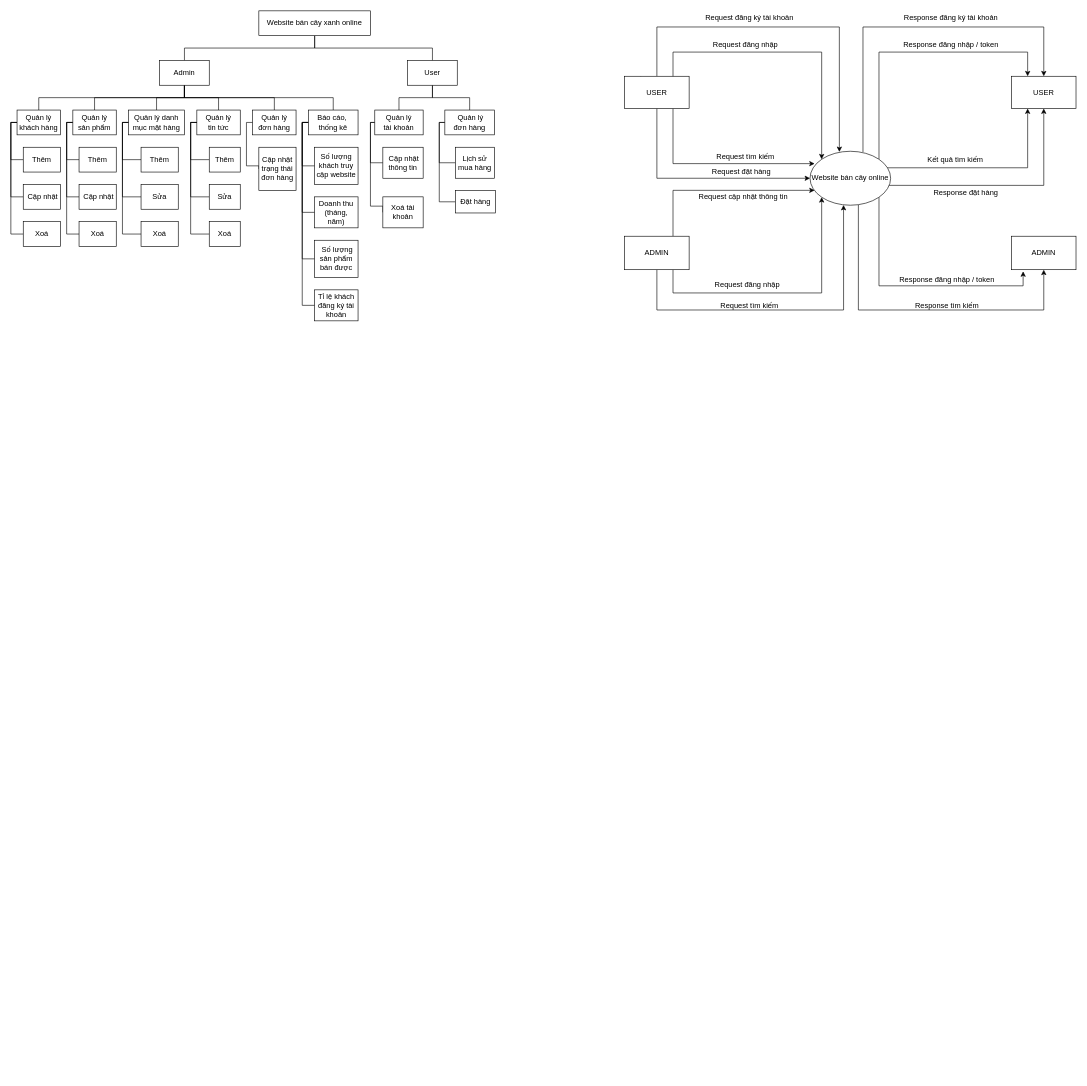
This is Untitled Diagram.drawio from lmtNoLimit/plants-store-laravel, a draw.io file, before an edit. Source tidied: cells renumbered, new cells numbered last; positions are measured from the earlier drawing's top-left corner, leaving out a move shared by most shapes. Both pictures are drawn from the tidied source at 62%, with x=0, y=0 at pixel (11, 11).
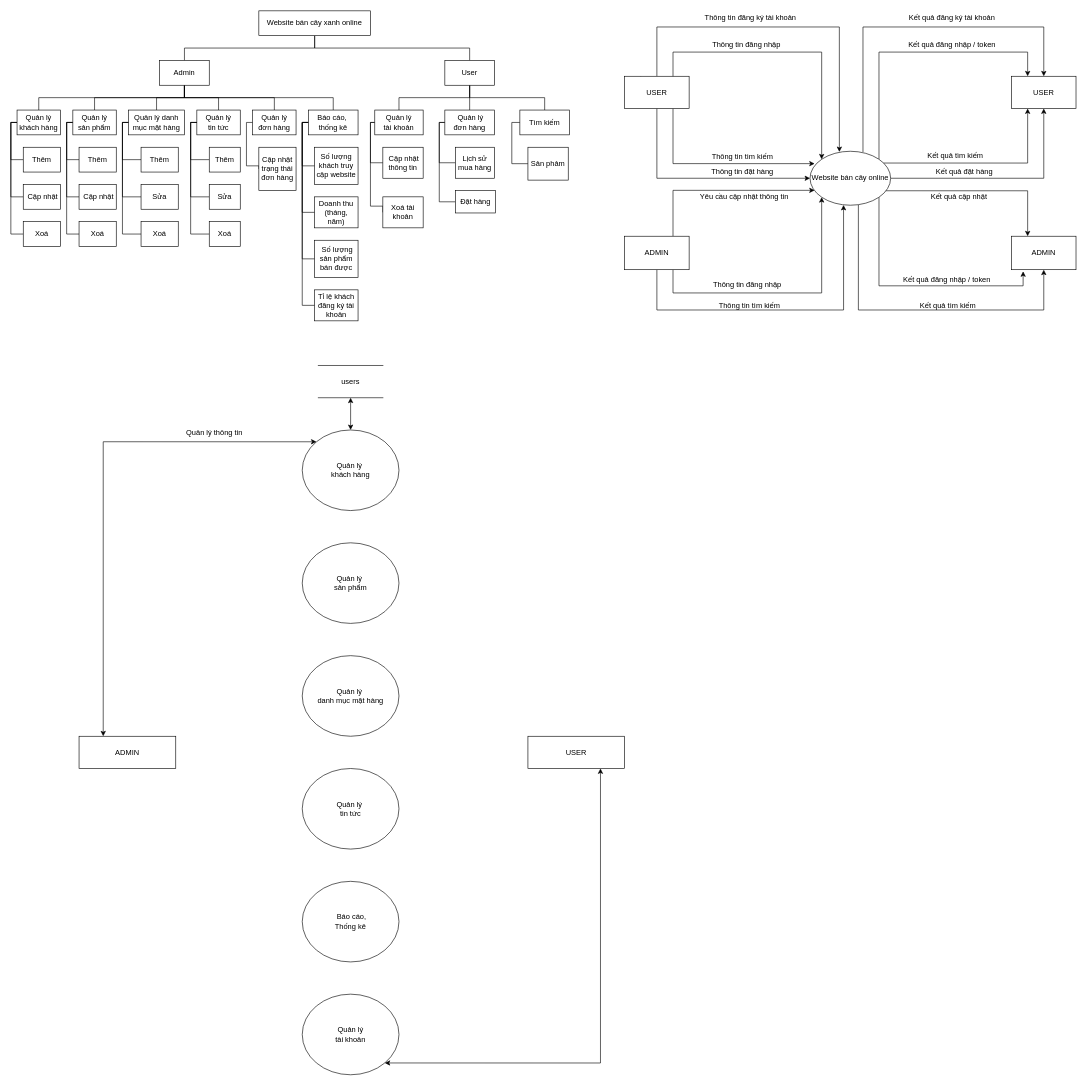
After the change.

Unchanged cells that the change refers to:
```xml
<mxCell id="71" value="Website bán cây online" style="ellipse;whiteSpace=wrap;html=1;" parent="1" vertex="1">
  <mxGeometry x="1289" y="226.5" width="130" height="87" as="geometry" />
</mxCell>
<mxCell id="82" value="ADMIN" style="rounded=0;whiteSpace=wrap;html=1;" parent="1" vertex="1">
  <mxGeometry x="1614" y="363.5" width="104" height="54" as="geometry" />
</mxCell>
<mxCell id="84" value="USER" style="rounded=0;whiteSpace=wrap;html=1;" parent="1" vertex="1">
  <mxGeometry x="1614" y="105.5" width="104" height="52" as="geometry" />
</mxCell>
```

The edit, as a diff of the source:
```diff
@@
+    <mxCell id="97" style="edgeStyle=orthogonalEdgeStyle;rounded=0;jettySize=auto;html=1;exitX=0.5;exitY=1;exitDx=0;exitDy=0;entryX=0.5;entryY=0;entryDx=0;entryDy=0;endArrow=none;endFill=0;" parent="1" edge="1" source="14" target="101">
+      <mxGeometry relative="1" as="geometry" />
+    </mxCell>
     <mxCell id="14" value="User" style="rounded=0;whiteSpace=wrap;html=1;" parent="1" vertex="1">
-      <mxGeometry x="640" y="80" width="80" height="40" as="geometry" />
+      <mxGeometry x="700" y="80" width="80" height="40" as="geometry" />
     </mxCell>
@@
-    <mxCell id="69" style="edgeStyle=orthogonalEdgeStyle;rounded=0;jettySize=auto;html=1;exitX=0.957;exitY=0.306;exitDx=0;exitDy=0;entryX=0.25;entryY=1;entryDx=0;entryDy=0;exitPerimeter=0;" parent="1" edge="1" source="71" target="84">
+    <mxCell id="69" style="edgeStyle=orthogonalEdgeStyle;rounded=0;jettySize=auto;html=1;exitX=0.912;exitY=0.218;exitDx=0;exitDy=0;entryX=0.25;entryY=1;entryDx=0;entryDy=0;exitPerimeter=0;" parent="1" edge="1" source="71" target="84">
       <mxGeometry relative="1" as="geometry" />
     </mxCell>
-    <mxCell id="70" style="edgeStyle=orthogonalEdgeStyle;rounded=0;jettySize=auto;html=1;exitX=0.973;exitY=0.632;exitDx=0;exitDy=0;entryX=0.5;entryY=1;entryDx=0;entryDy=0;exitPerimeter=0;" parent="1" edge="1" source="71" target="84">
+    <mxCell id="70" style="edgeStyle=orthogonalEdgeStyle;rounded=0;jettySize=auto;html=1;entryX=0.5;entryY=1;entryDx=0;entryDy=0;" parent="1" edge="1" source="71" target="84">
       <mxGeometry relative="1" as="geometry" />
     </mxCell>
+    <mxCell id="98" style="edgeStyle=orthogonalEdgeStyle;rounded=0;jettySize=auto;html=1;exitX=0.935;exitY=0.732;exitDx=0;exitDy=0;entryX=0.25;entryY=0;entryDx=0;entryDy=0;exitPerimeter=0;" parent="1" edge="1" source="71" target="82">
+      <mxGeometry relative="1" as="geometry" />
+    </mxCell>
@@
-    <mxCell id="81" value="Request đăng nhập&lt;br&gt;" style="text;html=1;strokeColor=none;fillColor=none;align=center;verticalAlign=middle;whiteSpace=wrap;rounded=0;" parent="1" vertex="1">
+    <mxCell id="81" value="&amp;nbsp;Thông tin đăng nhập" style="text;html=1;strokeColor=none;fillColor=none;align=center;verticalAlign=middle;whiteSpace=wrap;rounded=0;" parent="1" vertex="1">
       <mxGeometry x="1120" y="44.5" width="130" height="20" as="geometry" />
     </mxCell>
@@
-    <mxCell id="85" value="Response đăng nhập / token" style="text;html=1;strokeColor=none;fillColor=none;align=center;verticalAlign=middle;whiteSpace=wrap;rounded=0;" parent="1" vertex="1">
+    <mxCell id="85" value="&amp;nbsp;Kết quả đăng nhập / token" style="text;html=1;strokeColor=none;fillColor=none;align=center;verticalAlign=middle;whiteSpace=wrap;rounded=0;" parent="1" vertex="1">
       <mxGeometry x="1419" y="44.5" width="195" height="20" as="geometry" />
     </mxCell>
-    <mxCell id="86" value="Request tìm kiếm" style="text;html=1;strokeColor=none;fillColor=none;align=center;verticalAlign=middle;whiteSpace=wrap;rounded=0;" parent="1" vertex="1">
-      <mxGeometry x="1133" y="224.5" width="104" height="20" as="geometry" />
+    <mxCell id="86" value="&amp;nbsp;Thông tin tìm kiếm" style="text;html=1;strokeColor=none;fillColor=none;align=center;verticalAlign=middle;whiteSpace=wrap;rounded=0;" parent="1" vertex="1">
+      <mxGeometry x="1120" y="224.5" width="117" height="20" as="geometry" />
     </mxCell>
-    <mxCell id="87" value="Request đăng ký tài khoản" style="text;html=1;strokeColor=none;fillColor=none;align=center;verticalAlign=middle;whiteSpace=wrap;rounded=0;" parent="1" vertex="1">
+    <mxCell id="87" value="&amp;nbsp;Thông tin đăng ký tài khoản" style="text;html=1;strokeColor=none;fillColor=none;align=center;verticalAlign=middle;whiteSpace=wrap;rounded=0;" parent="1" vertex="1">
       <mxGeometry x="1107" y="2" width="169" height="20" as="geometry" />
     </mxCell>
-    <mxCell id="88" value="Request cập nhật thông tin" style="text;html=1;strokeColor=none;fillColor=none;align=center;verticalAlign=middle;whiteSpace=wrap;rounded=0;" parent="1" vertex="1">
+    <mxCell id="88" value="&amp;nbsp;Yêu cầu cập nhật thông tin" style="text;html=1;strokeColor=none;fillColor=none;align=center;verticalAlign=middle;whiteSpace=wrap;rounded=0;" parent="1" vertex="1">
       <mxGeometry x="1097" y="290" width="169" height="20" as="geometry" />
     </mxCell>
-    <mxCell id="89" value="Request đăng nhập&lt;br&gt;" style="text;html=1;strokeColor=none;fillColor=none;align=center;verticalAlign=middle;whiteSpace=wrap;rounded=0;" parent="1" vertex="1">
+    <mxCell id="89" value="Thông tin đăng nhập" style="text;html=1;strokeColor=none;fillColor=none;align=center;verticalAlign=middle;whiteSpace=wrap;rounded=0;" parent="1" vertex="1">
       <mxGeometry x="1122.5" y="432" width="130" height="20" as="geometry" />
     </mxCell>
-    <mxCell id="90" value="Request tìm kiếm" style="text;html=1;strokeColor=none;fillColor=none;align=center;verticalAlign=middle;whiteSpace=wrap;rounded=0;" parent="1" vertex="1">
+    <mxCell id="90" value="Thông tin tìm kiếm" style="text;html=1;strokeColor=none;fillColor=none;align=center;verticalAlign=middle;whiteSpace=wrap;rounded=0;" parent="1" vertex="1">
       <mxGeometry x="1120" y="465" width="143" height="20" as="geometry" />
     </mxCell>
-    <mxCell id="91" value="Response tìm kiếm" style="text;html=1;strokeColor=none;fillColor=none;align=center;verticalAlign=middle;whiteSpace=wrap;rounded=0;" parent="1" vertex="1">
+    <mxCell id="91" value="&amp;nbsp;Kết quả tìm kiếm" style="text;html=1;strokeColor=none;fillColor=none;align=center;verticalAlign=middle;whiteSpace=wrap;rounded=0;" parent="1" vertex="1">
       <mxGeometry x="1419" y="465" width="182" height="20" as="geometry" />
     </mxCell>
-    <mxCell id="92" value="Response đăng nhập / token" style="text;html=1;strokeColor=none;fillColor=none;align=center;verticalAlign=middle;whiteSpace=wrap;rounded=0;" parent="1" vertex="1">
+    <mxCell id="92" value="Kết quả đăng nhập / token" style="text;html=1;strokeColor=none;fillColor=none;align=center;verticalAlign=middle;whiteSpace=wrap;rounded=0;" parent="1" vertex="1">
       <mxGeometry x="1419" y="423.5" width="182" height="20" as="geometry" />
     </mxCell>
-    <mxCell id="93" value="Response đăng ký tài khoản" style="text;html=1;strokeColor=none;fillColor=none;align=center;verticalAlign=middle;whiteSpace=wrap;rounded=0;" parent="1" vertex="1">
+    <mxCell id="93" value="&amp;nbsp;Kết quả đăng ký tài khoản" style="text;html=1;strokeColor=none;fillColor=none;align=center;verticalAlign=middle;whiteSpace=wrap;rounded=0;" parent="1" vertex="1">
       <mxGeometry x="1432" y="2" width="169" height="20" as="geometry" />
     </mxCell>
     <mxCell id="94" value="Kết quả tìm kiếm" style="text;html=1;strokeColor=none;fillColor=none;align=center;verticalAlign=middle;whiteSpace=wrap;rounded=0;" parent="1" vertex="1">
-      <mxGeometry x="1438.5" y="230" width="169" height="20" as="geometry" />
+      <mxGeometry x="1438.5" y="224" width="169" height="20" as="geometry" />
     </mxCell>
-    <mxCell id="95" value="Response đặt hàng" style="text;html=1;strokeColor=none;fillColor=none;align=center;verticalAlign=middle;whiteSpace=wrap;rounded=0;" parent="1" vertex="1">
-      <mxGeometry x="1443" y="283" width="195" height="20" as="geometry" />
+    <mxCell id="95" value="&amp;nbsp;Kết quả đặt hàng" style="text;html=1;strokeColor=none;fillColor=none;align=center;verticalAlign=middle;whiteSpace=wrap;rounded=0;" parent="1" vertex="1">
+      <mxGeometry x="1438.5" y="250" width="195" height="20" as="geometry" />
     </mxCell>
-    <mxCell id="96" value="Request đặt hàng" style="text;html=1;strokeColor=none;fillColor=none;align=center;verticalAlign=middle;whiteSpace=wrap;rounded=0;" parent="1" vertex="1">
+    <mxCell id="96" value="&amp;nbsp;Thông tin đặt hàng" style="text;html=1;strokeColor=none;fillColor=none;align=center;verticalAlign=middle;whiteSpace=wrap;rounded=0;" parent="1" vertex="1">
       <mxGeometry x="1120" y="250" width="117" height="20" as="geometry" />
     </mxCell>
+    <mxCell id="99" value="Kết quả cập nhật" style="text;html=1;strokeColor=none;fillColor=none;align=center;verticalAlign=middle;whiteSpace=wrap;rounded=0;" parent="1" vertex="1">
+      <mxGeometry x="1458" y="290" width="143" height="20" as="geometry" />
+    </mxCell>
+    <mxCell id="100" style="edgeStyle=orthogonalEdgeStyle;rounded=0;jettySize=auto;html=1;exitX=0;exitY=0.5;exitDx=0;exitDy=0;entryX=0;entryY=0.5;entryDx=0;entryDy=0;endArrow=none;endFill=0;" parent="1" edge="1" source="101" target="102">
+      <mxGeometry relative="1" as="geometry">
+        <Array as="points">
+          <mxPoint x="808" y="180" />
+          <mxPoint x="808" y="247" />
+        </Array>
+      </mxGeometry>
+    </mxCell>
+    <mxCell id="101" value="Tìm kiếm" style="rounded=0;whiteSpace=wrap;html=1;" parent="1" vertex="1">
+      <mxGeometry x="821" y="160" width="80" height="40" as="geometry" />
+    </mxCell>
+    <mxCell id="102" value="Sản phảm" style="rounded=0;whiteSpace=wrap;html=1;" parent="1" vertex="1">
+      <mxGeometry x="834" y="220" width="65" height="53" as="geometry" />
+    </mxCell>
+    <mxCell id="103" value="Quản lý&amp;nbsp;&lt;br&gt;khách hàng" style="ellipse;whiteSpace=wrap;html=1;" parent="1" vertex="1">
+      <mxGeometry x="470" y="676" width="156" height="130" as="geometry" />
+    </mxCell>
+    <mxCell id="104" value="Quản lý&amp;nbsp;&lt;br&gt;sản phẩm" style="ellipse;whiteSpace=wrap;html=1;" parent="1" vertex="1">
+      <mxGeometry x="470" y="858" width="156" height="130" as="geometry" />
+    </mxCell>
+    <mxCell id="105" value="Quản lý&amp;nbsp;&lt;br&gt;danh mục mặt hàng" style="ellipse;whiteSpace=wrap;html=1;" parent="1" vertex="1">
+      <mxGeometry x="470" y="1040" width="156" height="130" as="geometry" />
+    </mxCell>
+    <mxCell id="106" value="Quản lý&amp;nbsp;&lt;br&gt;tin tức" style="ellipse;whiteSpace=wrap;html=1;" parent="1" vertex="1">
+      <mxGeometry x="470" y="1222" width="156" height="130" as="geometry" />
+    </mxCell>
+    <mxCell id="107" value="&amp;nbsp;Báo cáo,&lt;br&gt;Thống kê" style="ellipse;whiteSpace=wrap;html=1;" parent="1" vertex="1">
+      <mxGeometry x="470" y="1404" width="156" height="130" as="geometry" />
+    </mxCell>
+    <mxCell id="108" style="edgeStyle=orthogonalEdgeStyle;rounded=0;jettySize=auto;html=1;exitX=0.25;exitY=0;exitDx=0;exitDy=0;entryX=0;entryY=0;entryDx=0;entryDy=0;startArrow=classic;startFill=1;" parent="1" edge="1" source="109" target="103">
+      <mxGeometry relative="1" as="geometry">
+        <Array as="points">
+          <mxPoint x="149" y="695" />
+        </Array>
+      </mxGeometry>
+    </mxCell>
+    <mxCell id="109" value="ADMIN" style="rounded=0;whiteSpace=wrap;html=1;" parent="1" vertex="1">
+      <mxGeometry x="110" y="1170" width="156" height="52" as="geometry" />
+    </mxCell>
+    <mxCell id="110" value="Quản lý &lt;br&gt;tài khoản" style="ellipse;whiteSpace=wrap;html=1;" parent="1" vertex="1">
+      <mxGeometry x="470" y="1586" width="156" height="130" as="geometry" />
+    </mxCell>
+    <mxCell id="111" style="edgeStyle=orthogonalEdgeStyle;rounded=0;jettySize=auto;html=1;exitX=0.75;exitY=1;exitDx=0;exitDy=0;entryX=1;entryY=1;entryDx=0;entryDy=0;startArrow=classic;startFill=1;" parent="1" edge="1" source="112" target="110">
+      <mxGeometry relative="1" as="geometry">
+        <Array as="points">
+          <mxPoint x="951" y="1697" />
+        </Array>
+      </mxGeometry>
+    </mxCell>
+    <mxCell id="112" value="USER" style="rounded=0;whiteSpace=wrap;html=1;" parent="1" vertex="1">
+      <mxGeometry x="834" y="1170" width="156" height="52" as="geometry" />
+    </mxCell>
+    <mxCell id="113" style="edgeStyle=orthogonalEdgeStyle;rounded=0;jettySize=auto;html=1;exitX=0.5;exitY=1;exitDx=0;exitDy=0;entryX=0.5;entryY=0;entryDx=0;entryDy=0;startArrow=classic;startFill=1;" parent="1" edge="1" source="114" target="103">
+      <mxGeometry relative="1" as="geometry" />
+    </mxCell>
+    <mxCell id="114" value="users" style="shape=partialRectangle;whiteSpace=wrap;html=1;left=0;right=0;fillColor=none;" parent="1" vertex="1">
+      <mxGeometry x="496" y="572" width="104" height="52" as="geometry" />
+    </mxCell>
+    <mxCell id="115" value="Quản lý thông tin" style="text;html=1;strokeColor=none;fillColor=none;align=center;verticalAlign=middle;whiteSpace=wrap;rounded=0;" parent="1" vertex="1">
+      <mxGeometry x="200" y="671" width="257" height="20" as="geometry" />
+    </mxCell>
```
